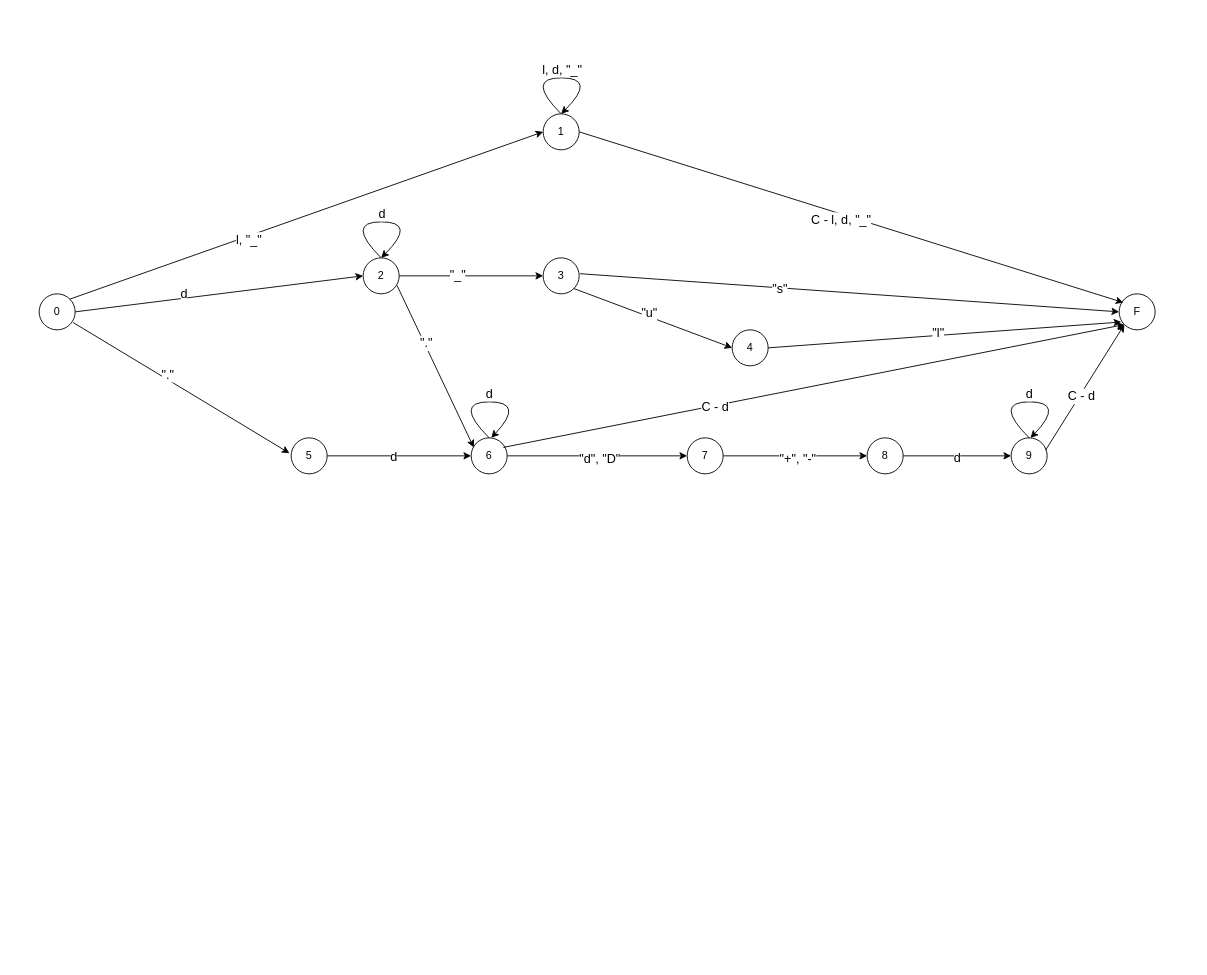
Earlier version of the draw.io diagram resources/automata.drawio (ElgartXimena/compiler). Source tidied: cells renumbered, new cells numbered last; positions are measured from the earlier drawing's top-left corner, leaving out a move shared by most shapes. Both pictures are drawn from the tidied source at 90%, with x=0, y=0 at pixel (39, 77).
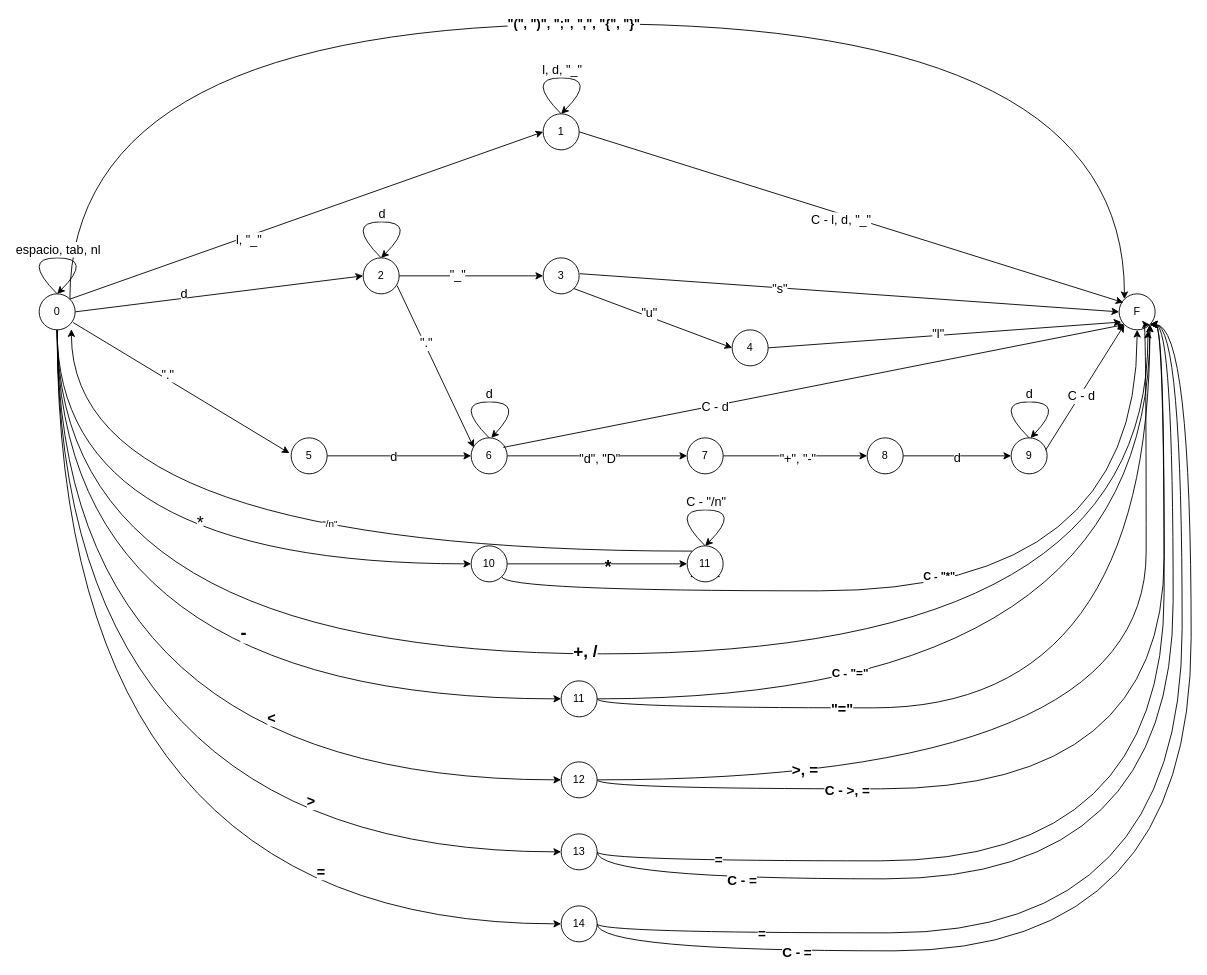
The same diagram, later.

Commit message:
Estados nuevos al automata

The change refers to these unchanged cells:
```xml
<mxCell id="2" value="0" style="ellipse;whiteSpace=wrap;html=1;" parent="1" vertex="1">
  <mxGeometry y="240" width="40" height="40" as="geometry" />
</mxCell>
<mxCell id="3" value="F" style="ellipse;whiteSpace=wrap;html=1;" parent="1" vertex="1">
  <mxGeometry x="1200" y="240" width="40" height="40" as="geometry" />
</mxCell>
```

What changed in the source:
```diff
@@
-<mxGraphModel>
+<mxGraphModel background="#FFFFFF">
@@
+    <mxCell id="52" style="edgeStyle=orthogonalEdgeStyle;rounded=0;jettySize=auto;html=1;exitX=0.5;exitY=1;exitDx=0;exitDy=0;entryX=0;entryY=0.5;entryDx=0;entryDy=0;curved=1;" parent="1" edge="1" source="2" target="70">
+      <mxGeometry relative="1" as="geometry" />
+    </mxCell>
+    <mxCell id="53" value="&lt;font style=&quot;font-size: 20px;&quot;&gt;*&lt;/font&gt;" style="edgeLabel;html=1;align=center;verticalAlign=middle;" parent="52" vertex="1">
+      <mxGeometry x="0.16" y="47" relative="1" as="geometry" />
+    </mxCell>
+    <mxCell id="54" style="edgeStyle=orthogonalEdgeStyle;rounded=0;jettySize=auto;html=1;exitX=0.5;exitY=1;exitDx=0;exitDy=0;entryX=0.8;entryY=1.025;entryDx=0;entryDy=0;entryPerimeter=0;curved=1;" parent="1" edge="1" source="2" target="3">
+      <mxGeometry relative="1" as="geometry">
+        <Array as="points">
+          <mxPoint x="20" y="640" />
+          <mxPoint x="1232" y="640" />
+        </Array>
+      </mxGeometry>
+    </mxCell>
+    <mxCell id="55" value="+, /" style="edgeLabel;html=1;align=center;verticalAlign=middle;fontStyle=1;fontSize=19;" parent="54" vertex="1">
+      <mxGeometry x="-0.02" y="3" relative="1" as="geometry" />
+    </mxCell>
+    <mxCell id="56" style="edgeStyle=orthogonalEdgeStyle;rounded=0;jettySize=auto;html=1;exitX=0.5;exitY=1;exitDx=0;exitDy=0;entryX=0;entryY=0.5;entryDx=0;entryDy=0;curved=1;" parent="1" edge="1" source="2" target="83">
+      <mxGeometry relative="1" as="geometry" />
+    </mxCell>
+    <mxCell id="57" value="-" style="edgeLabel;html=1;align=center;verticalAlign=middle;fontStyle=1;fontSize=20;" parent="56" vertex="1">
+      <mxGeometry x="0.27" y="75" relative="1" as="geometry" />
+    </mxCell>
+    <mxCell id="58" style="edgeStyle=orthogonalEdgeStyle;rounded=0;jettySize=auto;html=1;exitX=0.5;exitY=1;exitDx=0;exitDy=0;entryX=0;entryY=0.5;entryDx=0;entryDy=0;curved=1;fontStyle=1;fontSize=17;" parent="1" edge="1" source="2" target="88">
+      <mxGeometry relative="1" as="geometry" />
+    </mxCell>
+    <mxCell id="59" value="&amp;lt;" style="edgeLabel;html=1;align=center;verticalAlign=middle;fontStyle=1;fontSize=16;" parent="58" vertex="1">
+      <mxGeometry x="0.39" y="70" relative="1" as="geometry" />
+    </mxCell>
+    <mxCell id="60" style="edgeStyle=orthogonalEdgeStyle;rounded=0;jettySize=auto;html=1;exitX=0.5;exitY=1;exitDx=0;exitDy=0;entryX=0;entryY=0.5;entryDx=0;entryDy=0;curved=1;fontStyle=1;fontSize=17;" parent="1" edge="1" source="2" target="93">
+      <mxGeometry relative="1" as="geometry" />
+    </mxCell>
+    <mxCell id="61" value="&amp;gt;" style="edgeLabel;html=1;align=center;verticalAlign=middle;fontStyle=1;fontSize=16;" parent="60" vertex="1">
+      <mxGeometry x="0.51" y="57" relative="1" as="geometry" />
+    </mxCell>
+    <mxCell id="62" style="edgeStyle=orthogonalEdgeStyle;rounded=0;jettySize=auto;html=1;exitX=0.5;exitY=1;exitDx=0;exitDy=0;entryX=0;entryY=0.5;entryDx=0;entryDy=0;curved=1;fontStyle=1;fontSize=17;" parent="1" edge="1" source="2" target="98">
+      <mxGeometry relative="1" as="geometry" />
+    </mxCell>
+    <mxCell id="63" value="=" style="edgeLabel;html=1;align=center;verticalAlign=middle;fontStyle=1;fontSize=16;" parent="62" vertex="1">
+      <mxGeometry x="0.56" y="59" relative="1" as="geometry" />
+    </mxCell>
+    <mxCell id="64" style="edgeStyle=orthogonalEdgeStyle;rounded=0;jettySize=auto;html=1;exitX=1;exitY=0;exitDx=0;exitDy=0;entryX=0;entryY=0;entryDx=0;entryDy=0;curved=1;" parent="1" edge="1" source="2" target="3">
+      <mxGeometry relative="1" as="geometry">
+        <Array as="points">
+          <mxPoint x="34" y="-60" />
+          <mxPoint x="1206" y="-60" />
+        </Array>
+      </mxGeometry>
+    </mxCell>
+    <mxCell id="65" value="&quot;(&quot;, &quot;)&quot;, &quot;;&quot;, &quot;,&quot;, &quot;{&quot;, &quot;}&quot;" style="edgeLabel;html=1;align=center;verticalAlign=middle;fontStyle=1;fontSize=14;" parent="64" vertex="1">
+      <mxGeometry x="-0.03" y="1" relative="1" as="geometry" />
+    </mxCell>
@@
+    <mxCell id="66" style="edgeStyle=orthogonalEdgeStyle;rounded=0;jettySize=auto;html=1;exitX=1;exitY=0.5;exitDx=0;exitDy=0;entryX=0;entryY=0.5;entryDx=0;entryDy=0;" parent="1" edge="1" source="70" target="74">
+      <mxGeometry relative="1" as="geometry" />
+    </mxCell>
+    <mxCell id="67" value="&lt;font size=&quot;1&quot; style=&quot;&quot;&gt;&lt;b style=&quot;font-size: 20px;&quot;&gt;*&lt;/b&gt;&lt;/font&gt;" style="edgeLabel;html=1;align=center;verticalAlign=middle;" parent="66" vertex="1">
+      <mxGeometry x="0.11" y="-2" relative="1" as="geometry" />
+    </mxCell>
+    <mxCell id="68" style="edgeStyle=orthogonalEdgeStyle;rounded=0;jettySize=auto;html=1;exitX=1;exitY=1;exitDx=0;exitDy=0;entryX=0.5;entryY=1;entryDx=0;entryDy=0;curved=1;" parent="1" edge="1" source="70" target="3">
+      <mxGeometry relative="1" as="geometry">
+        <Array as="points">
+          <mxPoint x="514" y="570" />
+          <mxPoint x="1220" y="570" />
+        </Array>
+      </mxGeometry>
+    </mxCell>
+    <mxCell id="69" value="C - &quot;*&quot;" style="edgeLabel;html=1;align=center;verticalAlign=middle;fontSize=12;fontStyle=1;" parent="68" vertex="1">
+      <mxGeometry x="-0.01" y="16" relative="1" as="geometry" />
+    </mxCell>
+    <mxCell id="70" value="10" style="ellipse;whiteSpace=wrap;html=1;" parent="1" vertex="1">
+      <mxGeometry x="480" y="520" width="40" height="40" as="geometry" />
+    </mxCell>
+    <mxCell id="71" style="edgeStyle=entityRelationEdgeStyle;rounded=0;orthogonalLoop=1;jettySize=auto;html=1;exitX=0;exitY=1;exitDx=0;exitDy=0;entryX=1;entryY=1;entryDx=0;entryDy=0;" parent="1" edge="1" source="74" target="74">
+      <mxGeometry relative="1" as="geometry">
+        <Array as="points">
+          <mxPoint x="740" y="590" />
+        </Array>
+      </mxGeometry>
+    </mxCell>
+    <mxCell id="72" style="edgeStyle=orthogonalEdgeStyle;rounded=0;jettySize=auto;html=1;exitX=0;exitY=0;exitDx=0;exitDy=0;entryX=0.896;entryY=0.983;entryDx=0;entryDy=0;entryPerimeter=0;curved=1;" parent="1" edge="1" source="74" target="2">
+      <mxGeometry relative="1" as="geometry" />
+    </mxCell>
+    <mxCell id="73" value="&quot;/n&quot;" style="edgeLabel;html=1;align=center;verticalAlign=middle;" parent="72" vertex="1">
+      <mxGeometry x="-0.14" y="-30" relative="1" as="geometry" />
+    </mxCell>
+    <mxCell id="74" value="11" style="ellipse;whiteSpace=wrap;html=1;" parent="1" vertex="1">
+      <mxGeometry x="720" y="520" width="40" height="40" as="geometry" />
+    </mxCell>
+    <mxCell id="75" style="curved=1;endArrow=classic;html=1;rounded=0;entryX=0.5;entryY=0;entryDx=0;entryDy=0;exitX=0.5;exitY=0;exitDx=0;exitDy=0;" parent="1" edge="1">
+      <mxGeometry relative="1" as="geometry">
+        <mxPoint x="740" y="520" as="sourcePoint" />
+        <mxPoint x="740" y="520" as="targetPoint" />
+        <Array as="points">
+          <mxPoint x="700" y="480" />
+          <mxPoint x="780" y="480" />
+        </Array>
+      </mxGeometry>
+    </mxCell>
+    <mxCell id="76" value="C - &quot;/n&quot;" style="edgeLabel;html=1;align=center;verticalAlign=middle;fontSize=14;" parent="75" vertex="1">
+      <mxGeometry y="-2" relative="1" as="geometry">
+        <mxPoint y="-12" as="offset" />
+      </mxGeometry>
+    </mxCell>
+    <mxCell id="77" style="curved=1;endArrow=classic;html=1;rounded=0;exitX=0.5;exitY=0;exitDx=0;exitDy=0;entryX=0.5;entryY=0;entryDx=0;entryDy=0;" parent="1" edge="1">
+      <mxGeometry relative="1" as="geometry">
+        <mxPoint x="20" y="240" as="sourcePoint" />
+        <mxPoint x="20" y="240" as="targetPoint" />
+        <Array as="points">
+          <mxPoint x="-20" y="200" />
+          <mxPoint x="60" y="200" />
+        </Array>
+      </mxGeometry>
+    </mxCell>
+    <mxCell id="78" value="espacio, tab, nl" style="edgeLabel;html=1;align=center;verticalAlign=middle;fontSize=14;" parent="77" vertex="1">
+      <mxGeometry y="-2" relative="1" as="geometry">
+        <mxPoint y="-12" as="offset" />
+      </mxGeometry>
+    </mxCell>
+    <mxCell id="79" style="edgeStyle=orthogonalEdgeStyle;rounded=0;jettySize=auto;html=1;exitX=1;exitY=0.5;exitDx=0;exitDy=0;entryX=1;entryY=1;entryDx=0;entryDy=0;curved=1;" parent="1" edge="1" source="83" target="3">
+      <mxGeometry relative="1" as="geometry" />
+    </mxCell>
+    <mxCell id="80" value="C - &quot;=&quot;" style="edgeLabel;html=1;align=center;verticalAlign=middle;fontStyle=1;fontSize=13;" parent="79" vertex="1">
+      <mxGeometry x="-0.36" y="49" relative="1" as="geometry">
+        <mxPoint x="-50" y="19" as="offset" />
+      </mxGeometry>
+    </mxCell>
+    <mxCell id="81" style="edgeStyle=orthogonalEdgeStyle;rounded=0;jettySize=auto;html=1;exitX=1;exitY=0.5;exitDx=0;exitDy=0;entryX=1;entryY=1;entryDx=0;entryDy=0;curved=1;" parent="1" edge="1" source="83" target="3">
+      <mxGeometry relative="1" as="geometry">
+        <Array as="points">
+          <mxPoint x="620" y="700" />
+          <mxPoint x="1234" y="700" />
+        </Array>
+      </mxGeometry>
+    </mxCell>
+    <mxCell id="82" value="&quot;=&quot;" style="edgeLabel;html=1;align=center;verticalAlign=middle;fontStyle=1;fontSize=16;" parent="81" vertex="1">
+      <mxGeometry x="-0.12" y="36" relative="1" as="geometry">
+        <mxPoint x="-181" y="36" as="offset" />
+      </mxGeometry>
+    </mxCell>
+    <mxCell id="83" value="11" style="ellipse;whiteSpace=wrap;html=1;" parent="1" vertex="1">
+      <mxGeometry x="580" y="670" width="40" height="40" as="geometry" />
+    </mxCell>
+    <mxCell id="84" style="edgeStyle=orthogonalEdgeStyle;rounded=0;jettySize=auto;html=1;exitX=1;exitY=0.5;exitDx=0;exitDy=0;entryX=1;entryY=1;entryDx=0;entryDy=0;curved=1;" parent="1" edge="1" source="88" target="3">
+      <mxGeometry relative="1" as="geometry">
+        <Array as="points">
+          <mxPoint x="1230" y="780" />
+          <mxPoint x="1230" y="274" />
+        </Array>
+      </mxGeometry>
+    </mxCell>
+    <mxCell id="85" value="&amp;gt;, =" style="edgeLabel;html=1;align=center;verticalAlign=middle;fontStyle=1;fontSize=17;" parent="84" vertex="1">
+      <mxGeometry x="-0.59" y="11" relative="1" as="geometry" />
+    </mxCell>
+    <mxCell id="86" style="edgeStyle=orthogonalEdgeStyle;rounded=0;jettySize=auto;html=1;exitX=1;exitY=0.5;exitDx=0;exitDy=0;entryX=1;entryY=1;entryDx=0;entryDy=0;curved=1;" parent="1" edge="1" source="88" target="3">
+      <mxGeometry relative="1" as="geometry">
+        <Array as="points">
+          <mxPoint x="620" y="790" />
+          <mxPoint x="1250" y="790" />
+          <mxPoint x="1250" y="274" />
+        </Array>
+      </mxGeometry>
+    </mxCell>
+    <mxCell id="87" value="C - &amp;gt;, =" style="edgeLabel;html=1;align=center;verticalAlign=middle;fontStyle=1;fontSize=15;" parent="86" vertex="1">
+      <mxGeometry x="-0.51" relative="1" as="geometry" />
+    </mxCell>
+    <mxCell id="88" value="12" style="ellipse;whiteSpace=wrap;html=1;" parent="1" vertex="1">
+      <mxGeometry x="580" y="760" width="40" height="40" as="geometry" />
+    </mxCell>
+    <mxCell id="89" style="edgeStyle=orthogonalEdgeStyle;rounded=0;jettySize=auto;html=1;exitX=1;exitY=0.5;exitDx=0;exitDy=0;entryX=1;entryY=1;entryDx=0;entryDy=0;curved=1;" parent="1" edge="1" source="93" target="3">
+      <mxGeometry relative="1" as="geometry">
+        <Array as="points">
+          <mxPoint x="620" y="870" />
+          <mxPoint x="1250" y="870" />
+          <mxPoint x="1250" y="274" />
+        </Array>
+      </mxGeometry>
+    </mxCell>
+    <mxCell id="90" value="=" style="edgeLabel;html=1;align=center;verticalAlign=middle;fontStyle=1;fontSize=15;" parent="89" vertex="1">
+      <mxGeometry x="-0.77" y="3" relative="1" as="geometry" />
+    </mxCell>
+    <mxCell id="91" style="edgeStyle=orthogonalEdgeStyle;rounded=0;jettySize=auto;html=1;exitX=1;exitY=0.5;exitDx=0;exitDy=0;entryX=1;entryY=1;entryDx=0;entryDy=0;curved=1;" parent="1" edge="1" source="93" target="3">
+      <mxGeometry relative="1" as="geometry">
+        <Array as="points">
+          <mxPoint x="620" y="890" />
+          <mxPoint x="1260" y="890" />
+          <mxPoint x="1260" y="274" />
+        </Array>
+      </mxGeometry>
+    </mxCell>
+    <mxCell id="92" value="C - =" style="edgeLabel;html=1;align=center;verticalAlign=middle;fontStyle=1;fontSize=15;" parent="91" vertex="1">
+      <mxGeometry x="-0.71" relative="1" as="geometry" />
+    </mxCell>
+    <mxCell id="93" value="13" style="ellipse;whiteSpace=wrap;html=1;" parent="1" vertex="1">
+      <mxGeometry x="580" y="840" width="40" height="40" as="geometry" />
+    </mxCell>
+    <mxCell id="94" style="edgeStyle=orthogonalEdgeStyle;rounded=0;jettySize=auto;html=1;exitX=1;exitY=0.5;exitDx=0;exitDy=0;entryX=1;entryY=1;entryDx=0;entryDy=0;curved=1;" parent="1" edge="1" source="98" target="3">
+      <mxGeometry relative="1" as="geometry">
+        <Array as="points">
+          <mxPoint x="620" y="950" />
+          <mxPoint x="1270" y="950" />
+          <mxPoint x="1270" y="274" />
+        </Array>
+      </mxGeometry>
+    </mxCell>
+    <mxCell id="95" value="=" style="edgeLabel;html=1;align=center;verticalAlign=middle;fontStyle=1;fontSize=15;" parent="94" vertex="1">
+      <mxGeometry x="-0.72" y="1" relative="1" as="geometry" />
+    </mxCell>
+    <mxCell id="96" style="edgeStyle=orthogonalEdgeStyle;rounded=0;jettySize=auto;html=1;exitX=1;exitY=0.5;exitDx=0;exitDy=0;entryX=1;entryY=1;entryDx=0;entryDy=0;curved=1;" parent="1" edge="1" source="98" target="3">
+      <mxGeometry relative="1" as="geometry">
+        <Array as="points">
+          <mxPoint x="620" y="970" />
+          <mxPoint x="1280" y="970" />
+          <mxPoint x="1280" y="274" />
+        </Array>
+      </mxGeometry>
+    </mxCell>
+    <mxCell id="97" value="C - =" style="edgeLabel;html=1;align=center;verticalAlign=middle;fontStyle=1;fontSize=15;" parent="96" vertex="1">
+      <mxGeometry x="-0.65" relative="1" as="geometry" />
+    </mxCell>
+    <mxCell id="98" value="14" style="ellipse;whiteSpace=wrap;html=1;" parent="1" vertex="1">
+      <mxGeometry x="580" y="920" width="40" height="40" as="geometry" />
+    </mxCell>
```
